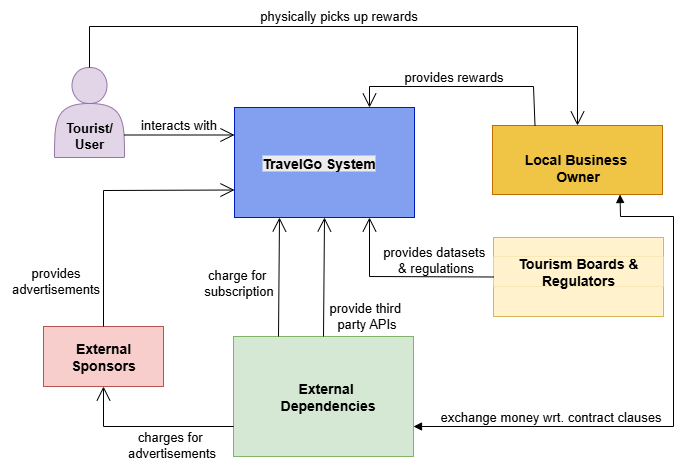
Before: report/ContextDiagram.png, a diagram exported from draw.io (riyagupta0701/TravelGo-Software-Architecture). Source tidied: cells renumbered, new cells last; positions are measured from the earlier drawing's top-left corner, leaving out a move shared by most shapes.
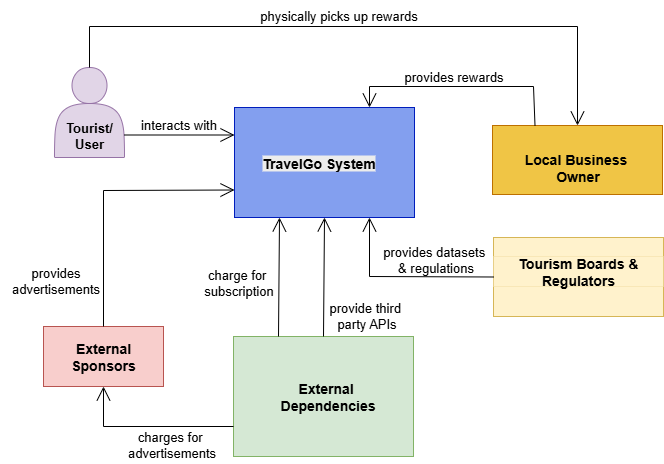
The same file after the commit.

Change to the diagram source:
```diff
@@ -102,17 +102,5 @@
     <mxCell id="27" value="&lt;font style=&quot;font-size: 13px;&quot;&gt;provide third&amp;nbsp;&lt;/font&gt;&lt;div&gt;&lt;font style=&quot;font-size: 13px;&quot;&gt;party APIs&lt;/font&gt;&lt;br&gt;&lt;/div&gt;" style="text;html=1;align=center;verticalAlign=middle;strokeColor=none;fillColor=none;" parent="1" vertex="1">
       <mxGeometry x="316" y="295" width="100" height="40" as="geometry" />
     </mxCell>
-    <mxCell id="28" style="endArrow=block;startArrow=block;endFill=1;startFill=1;html=1;rounded=0;entryX=1;entryY=0.75;entryDx=0;entryDy=0;exitX=0.75;exitY=1;exitDx=0;exitDy=0;" parent="1" edge="1" source="9" target="11">
-      <mxGeometry relative="1" as="geometry">
-        <Array as="points">
-          <mxPoint x="620" y="216" />
-          <mxPoint x="673" y="216" />
-          <mxPoint x="673" y="426" />
-        </Array>
-      </mxGeometry>
-    </mxCell>
-    <mxCell id="29" value="&lt;font style=&quot;font-size: 13px;&quot;&gt;exchange money wrt. contract clauses&lt;/font&gt;" style="text;html=1;align=center;verticalAlign=middle;strokeColor=none;fillColor=none;" parent="1" vertex="1">
-      <mxGeometry x="430" y="401" width="240" height="30" as="geometry" />
-    </mxCell>
   </root>
 </mxGraphModel>
```
